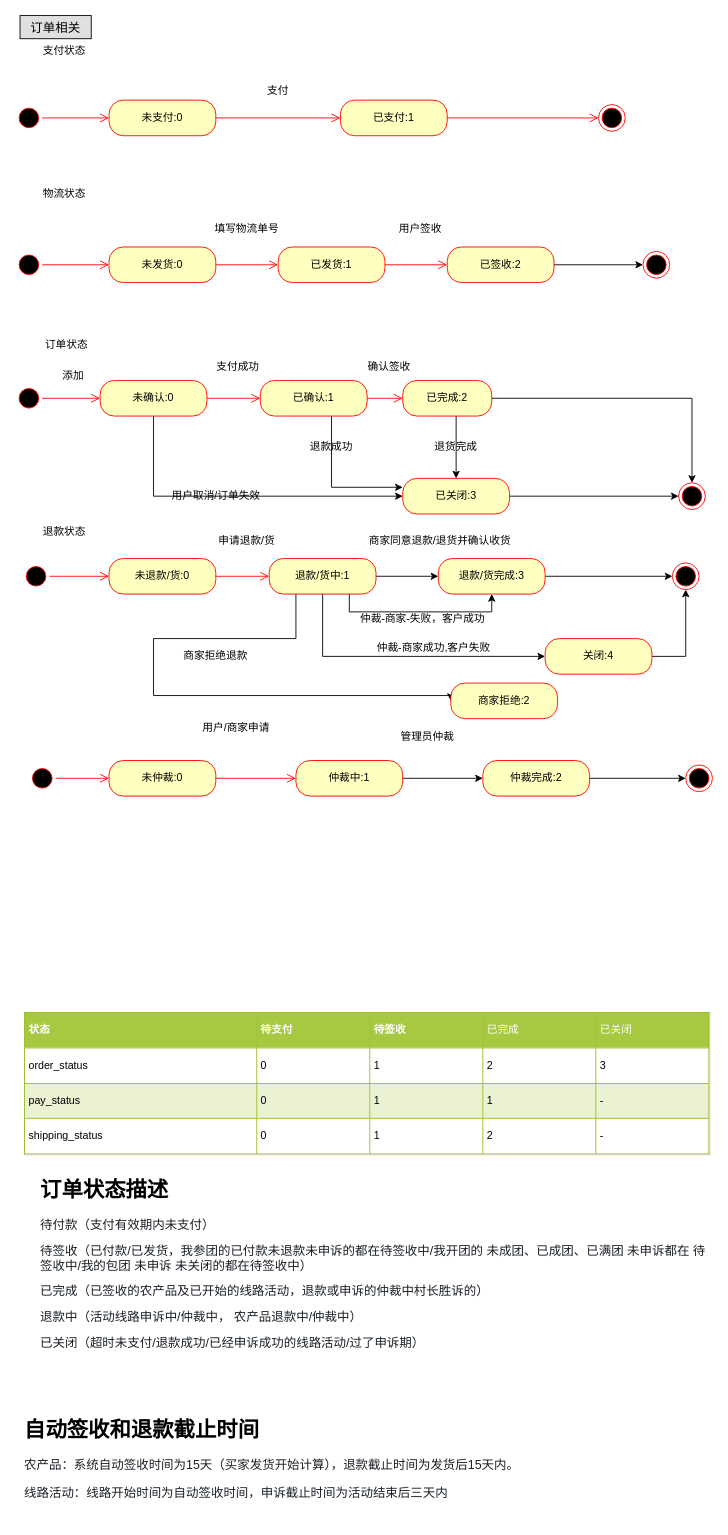
Earlier version of the draw.io diagram page "第 1 页" (1 of 9) of 码上趣.drawio (JhonShi/mashangqu). Source tidied: cells renumbered, new cells numbered last; positions are measured from the earlier drawing's top-left corner, leaving out a move shared by most shapes. Both pictures are drawn from the tidied source at 89%, with x=0, y=0 at pixel (15, 15).
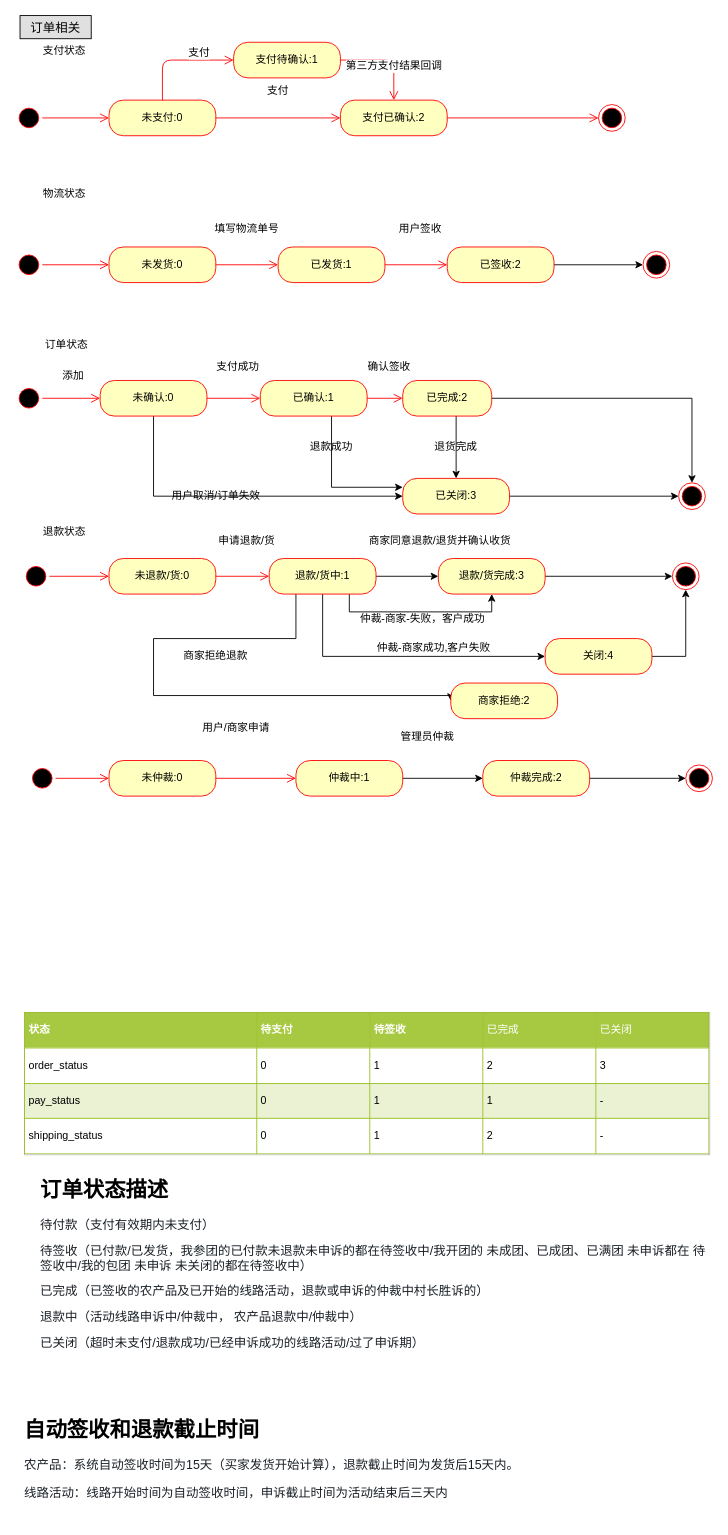
The same page after the edit.

Commit message:
更新码上趣.drawio

The change refers to these unchanged cells:
```xml
<mxCell id="3" value="未支付:0" style="rounded=1;whiteSpace=wrap;html=1;arcSize=40;fontColor=#000000;fillColor=#ffffc0;strokeColor=#ff0000;" parent="1" vertex="1">
  <mxGeometry x="105" y="95" width="120" height="40" as="geometry" />
</mxCell>
```

The edit, as a diff of the source:
```diff
@@
-    <mxCell id="6" value="已支付:1" style="rounded=1;whiteSpace=wrap;html=1;arcSize=40;fontColor=#000000;fillColor=#ffffc0;strokeColor=#ff0000;" parent="1" vertex="1">
+    <mxCell id="6" value="支付已确认:2" style="rounded=1;whiteSpace=wrap;html=1;arcSize=40;fontColor=#000000;fillColor=#ffffc0;strokeColor=#ff0000;" parent="1" vertex="1">
       <mxGeometry x="365" y="95" width="120" height="40" as="geometry" />
     </mxCell>
@@
+    <mxCell id="80" value="支付待确认:1" style="rounded=1;whiteSpace=wrap;html=1;arcSize=40;fontColor=#000000;fillColor=#ffffc0;strokeColor=#ff0000;" parent="1" vertex="1">
+      <mxGeometry x="245" y="30" width="120" height="40" as="geometry" />
+    </mxCell>
+    <mxCell id="81" style="edgeStyle=orthogonalEdgeStyle;html=1;verticalAlign=bottom;endArrow=open;endSize=8;strokeColor=#ff0000;entryX=0;entryY=0.5;entryDx=0;entryDy=0;exitX=0.5;exitY=0;exitDx=0;exitDy=0;" parent="1" edge="1" source="3" target="80">
+      <mxGeometry relative="1" as="geometry">
+        <Array as="points">
+          <mxPoint x="165" y="50" />
+        </Array>
+      </mxGeometry>
+    </mxCell>
+    <mxCell id="82" value="支付" style="text;html=1;align=center;verticalAlign=middle;labelBackgroundColor=#ffffff;" parent="81" vertex="1">
+      <mxGeometry x="-0.51" y="-20" relative="1" as="geometry">
+        <mxPoint x="20" y="-23" as="offset" />
+      </mxGeometry>
+    </mxCell>
+    <mxCell id="83" style="edgeStyle=orthogonalEdgeStyle;html=1;verticalAlign=bottom;endArrow=open;endSize=8;strokeColor=#ff0000;entryX=0.5;entryY=0;entryDx=0;entryDy=0;exitX=1;exitY=0.5;exitDx=0;exitDy=0;" parent="1" edge="1" source="80" target="6">
+      <mxGeometry relative="1" as="geometry" />
+    </mxCell>
+    <mxCell id="84" value="第三方支付结果回调" style="text;html=1;align=center;verticalAlign=middle;labelBackgroundColor=#ffffff;" parent="83" vertex="1">
+      <mxGeometry x="0.12" y="-6" relative="1" as="geometry" />
+    </mxCell>
```
